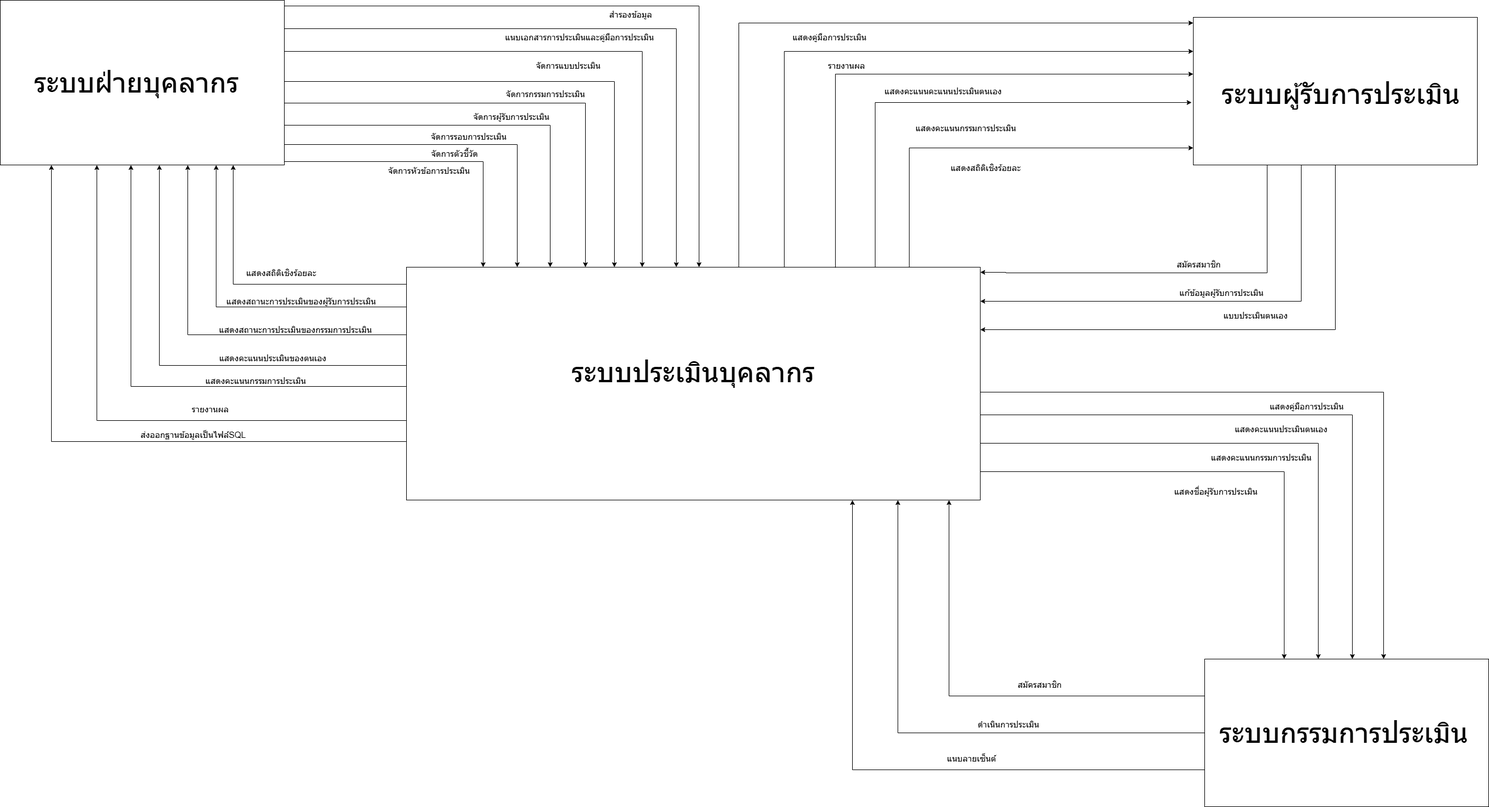
Above: Draw-pre30/pretest30-pre30-1.drawio.png in YoomaTakahashi/pretest30 (draw.io), before the change. Source tidied: cells renumbered, new cells last; positions are measured from the earlier drawing's top-left corner, leaving out a move shared by most shapes.
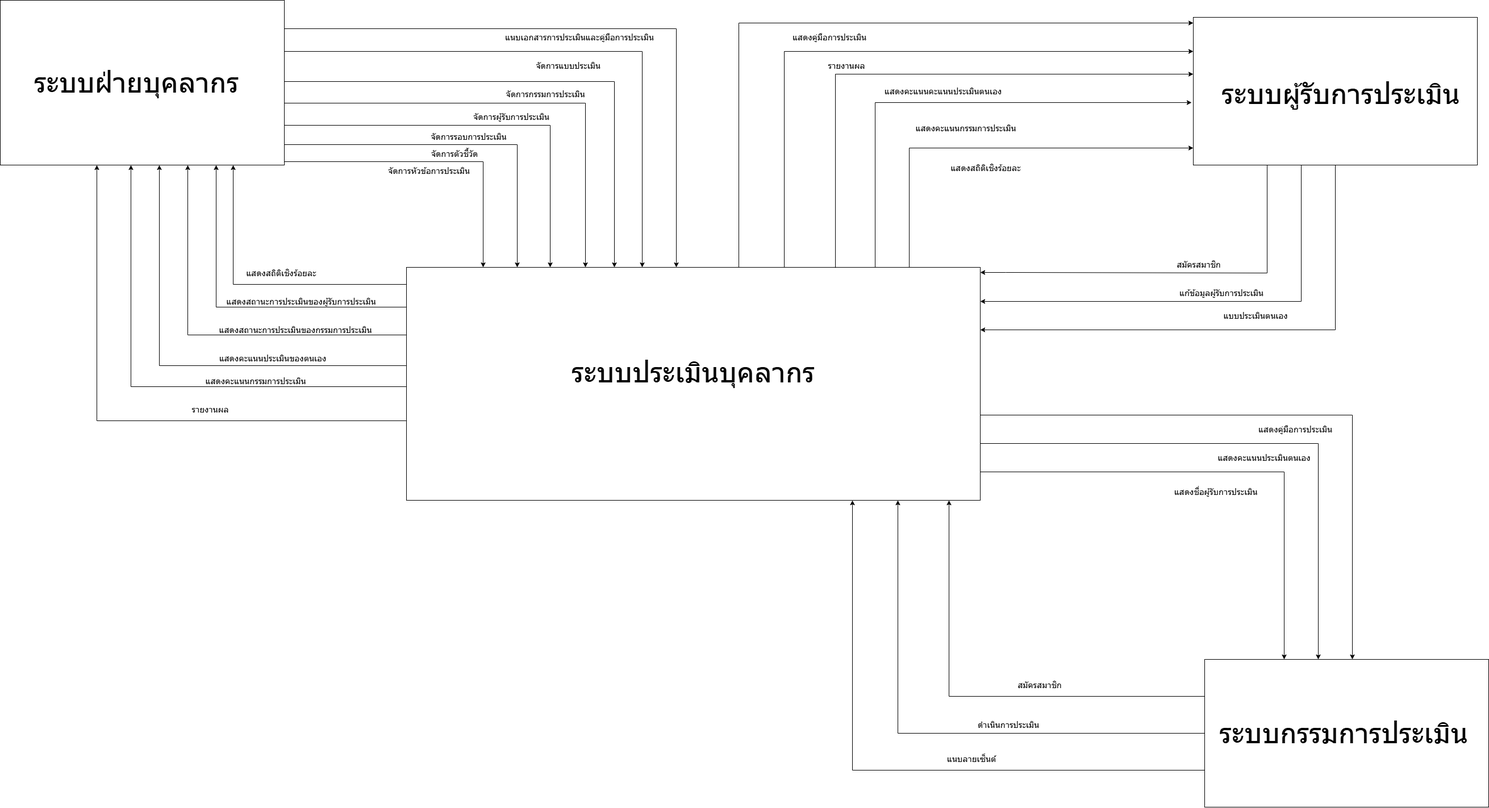
The same diagram one commit later.

The edit, as a diff of the source:
```diff
@@ -17,13 +17,6 @@
         </Array>
       </mxGeometry>
     </mxCell>
-    <mxCell id="4" style="edgeStyle=orthogonalEdgeStyle;rounded=0;jettySize=auto;html=1;" parent="1" edge="1" source="5" target="9">
-      <mxGeometry relative="1" as="geometry">
-        <Array as="points">
-          <mxPoint x="90" y="777" />
-        </Array>
-      </mxGeometry>
-    </mxCell>
     <mxCell id="5" style="rounded=0;whiteSpace=wrap;html=1;" parent="1" vertex="1">
       <mxGeometry x="715" y="470" width="1010" height="410" as="geometry" />
     </mxCell>
@@ -37,14 +30,6 @@
         </Array>
       </mxGeometry>
     </mxCell>
-    <mxCell id="8" style="edgeStyle=orthogonalEdgeStyle;rounded=0;jettySize=auto;html=1;" parent="1" edge="1" target="5">
-      <mxGeometry relative="1" as="geometry">
-        <mxPoint x="500" y="10" as="sourcePoint" />
-        <Array as="points">
-          <mxPoint x="1230" y="10" />
-        </Array>
-      </mxGeometry>
-    </mxCell>
     <mxCell id="9" style="rounded=0;whiteSpace=wrap;html=1;" parent="1" vertex="1">
       <mxGeometry width="500" height="290" as="geometry" />
     </mxCell>
@@ -84,13 +69,6 @@
     <mxCell id="17" value="&lt;font style=&quot;font-size: 50px;&quot;&gt;ระบบกรรมการประเมิน&lt;/font&gt;" style="text;html=1;whiteSpace=wrap;strokeColor=none;fillColor=none;align=center;verticalAlign=middle;rounded=0;" parent="1" vertex="1">
       <mxGeometry x="2145" y="1215" width="440" height="150" as="geometry" />
     </mxCell>
-    <mxCell id="18" style="edgeStyle=orthogonalEdgeStyle;rounded=0;jettySize=auto;html=1;" parent="1" edge="1" source="5" target="16">
-      <mxGeometry relative="1" as="geometry">
-        <Array as="points">
-          <mxPoint x="2435" y="690" />
-        </Array>
-      </mxGeometry>
-    </mxCell>
     <mxCell id="19" style="edgeStyle=orthogonalEdgeStyle;rounded=0;jettySize=auto;html=1;" parent="1" edge="1" source="5">
       <mxGeometry relative="1" as="geometry">
         <mxPoint x="2380" y="1160" as="targetPoint" />
@@ -116,14 +94,11 @@
       </mxGeometry>
     </mxCell>
     <mxCell id="22" value="&lt;font style=&quot;font-size: 15px;&quot;&gt;แสดงคู่มือการประเมิน&lt;/font&gt;" style="text;html=1;whiteSpace=wrap;strokeColor=none;fillColor=none;align=center;verticalAlign=middle;rounded=0;" parent="1" vertex="1">
-      <mxGeometry x="2230" y="700" width="140" height="30" as="geometry" />
+      <mxGeometry x="2210" y="740" width="140" height="30" as="geometry" />
     </mxCell>
     <mxCell id="23" value="&lt;font style=&quot;font-size: 15px;&quot;&gt;แสดงคะแนนประเมินตนเอง&lt;/font&gt;" style="text;html=1;whiteSpace=wrap;strokeColor=none;fillColor=none;align=center;verticalAlign=middle;rounded=0;" parent="1" vertex="1">
-      <mxGeometry x="2160" y="740" width="190" height="30" as="geometry" />
+      <mxGeometry x="2130" y="790" width="190" height="30" as="geometry" />
     </mxCell>
-    <mxCell id="24" value="&lt;font style=&quot;font-size: 15px;&quot;&gt;แสดงคะแนนกรรมการประเมิน&lt;/font&gt;" style="text;html=1;whiteSpace=wrap;strokeColor=none;fillColor=none;align=center;verticalAlign=middle;rounded=0;" parent="1" vertex="1">
-      <mxGeometry x="2130" y="790" width="180" height="30" as="geometry" />
-    </mxCell>
     <mxCell id="25" value="&lt;font style=&quot;font-size: 15px;&quot;&gt;แสดงชื่อผู้รับการประเมิน&lt;/font&gt;" style="text;html=1;whiteSpace=wrap;strokeColor=none;fillColor=none;align=center;verticalAlign=middle;rounded=0;" parent="1" vertex="1">
       <mxGeometry x="2060" y="850" width="160" height="30" as="geometry" />
     </mxCell>
@@ -334,11 +309,5 @@
     <mxCell id="67" value="&lt;font style=&quot;font-size: 15px;&quot;&gt;แนบลายเซ็นต์&lt;/font&gt;" style="text;html=1;whiteSpace=wrap;strokeColor=none;fillColor=none;align=center;verticalAlign=middle;rounded=0;" parent="1" vertex="1">
       <mxGeometry x="1630" y="1320" width="160" height="30" as="geometry" />
     </mxCell>
-    <mxCell id="68" value="&lt;font style=&quot;font-size: 15px;&quot;&gt;สำรองข้อมูล&lt;/font&gt;" style="text;html=1;whiteSpace=wrap;strokeColor=none;fillColor=none;align=center;verticalAlign=middle;rounded=0;" parent="1" vertex="1">
-      <mxGeometry x="950" y="10" width="320" height="30" as="geometry" />
-    </mxCell>
-    <mxCell id="69" value="&lt;font style=&quot;font-size: 15px;&quot;&gt;ส่งออกฐานข้อมูลเป็นไฟล์SQL&lt;/font&gt;" style="text;html=1;whiteSpace=wrap;strokeColor=none;fillColor=none;align=center;verticalAlign=middle;rounded=0;" parent="1" vertex="1">
-      <mxGeometry x="180" y="750" width="320" height="30" as="geometry" />
-    </mxCell>
   </root>
 </mxGraphModel>
```
